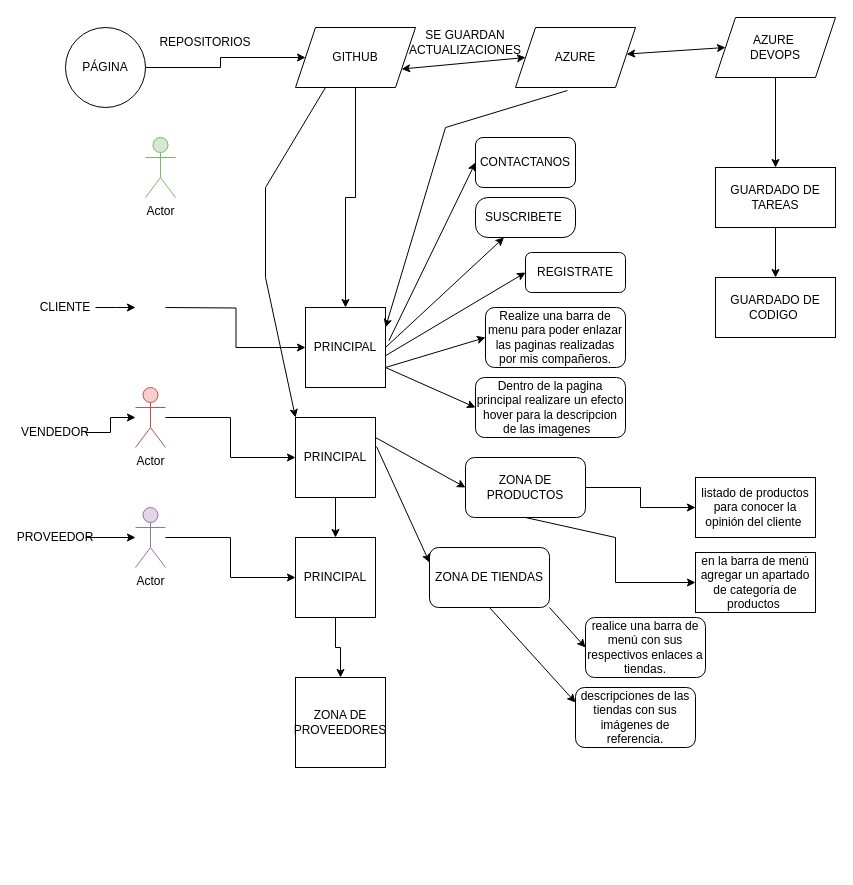
Earlier version of the draw.io diagram Untitled Diagram.drawio (62258553/Dise-o-de-Prueba). Source tidied: cells renumbered, new cells numbered last; positions are measured from the earlier drawing's top-left corner, leaving out a move shared by most shapes. Both pictures are drawn from the tidied source at 100%, with x=0, y=0 at pixel (25, 17).
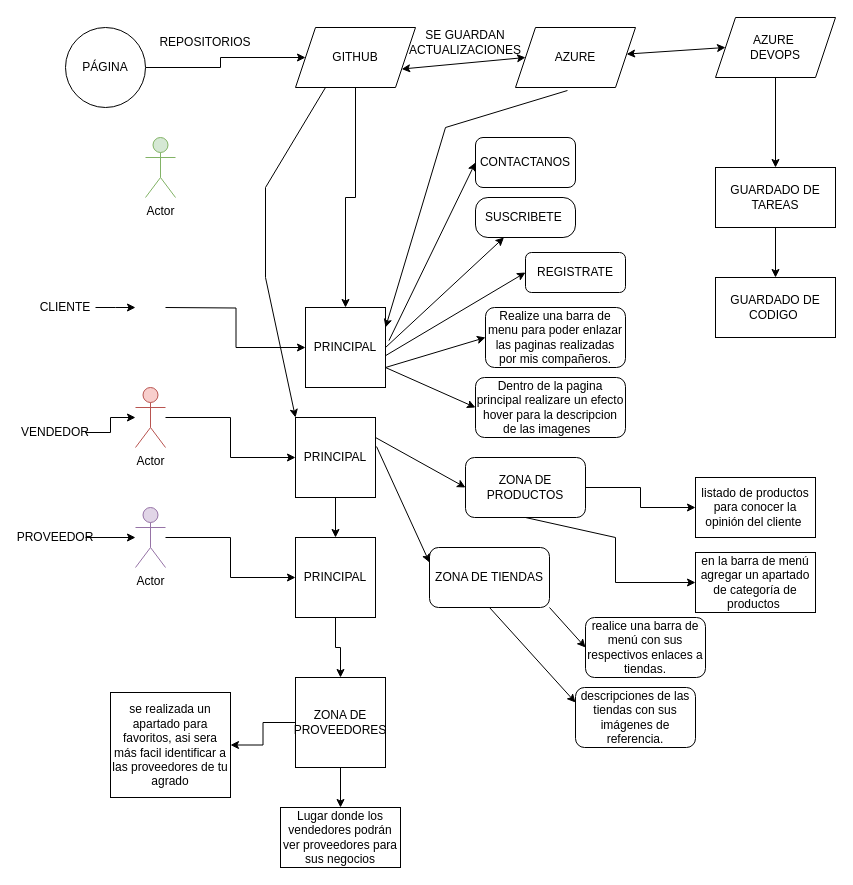
The same diagram, later.

The change refers to these unchanged cells:
```xml
<mxCell id="26" value="ZONA DE PROVEEDORES" style="whiteSpace=wrap;html=1;" parent="1" vertex="1">
  <mxGeometry x="270" y="660" width="90" height="90" as="geometry" />
</mxCell>
```

Diff of the diagram source:
```diff
@@
+    <mxCell id="58" style="edgeStyle=orthogonalEdgeStyle;rounded=0;jettySize=auto;html=1;" parent="1" edge="1" source="26" target="60">
+      <mxGeometry relative="1" as="geometry" />
+    </mxCell>
+    <mxCell id="59" style="edgeStyle=orthogonalEdgeStyle;rounded=0;jettySize=auto;html=1;" parent="1" edge="1" source="26" target="61">
+      <mxGeometry relative="1" as="geometry" />
+    </mxCell>
@@
+    <mxCell id="60" value="Lugar donde los vendedores podrán ver proveedores para sus negocios" style="rounded=0;whiteSpace=wrap;html=1;" parent="1" vertex="1">
+      <mxGeometry x="255" y="790" width="120" height="60" as="geometry" />
+    </mxCell>
+    <mxCell id="61" value="se realizada un apartado para favoritos, asi sera más facil identificar a las proveedores de tu agrado" style="whiteSpace=wrap;html=1;" parent="1" vertex="1">
+      <mxGeometry x="85" y="675" width="120" height="105" as="geometry" />
+    </mxCell>
```
